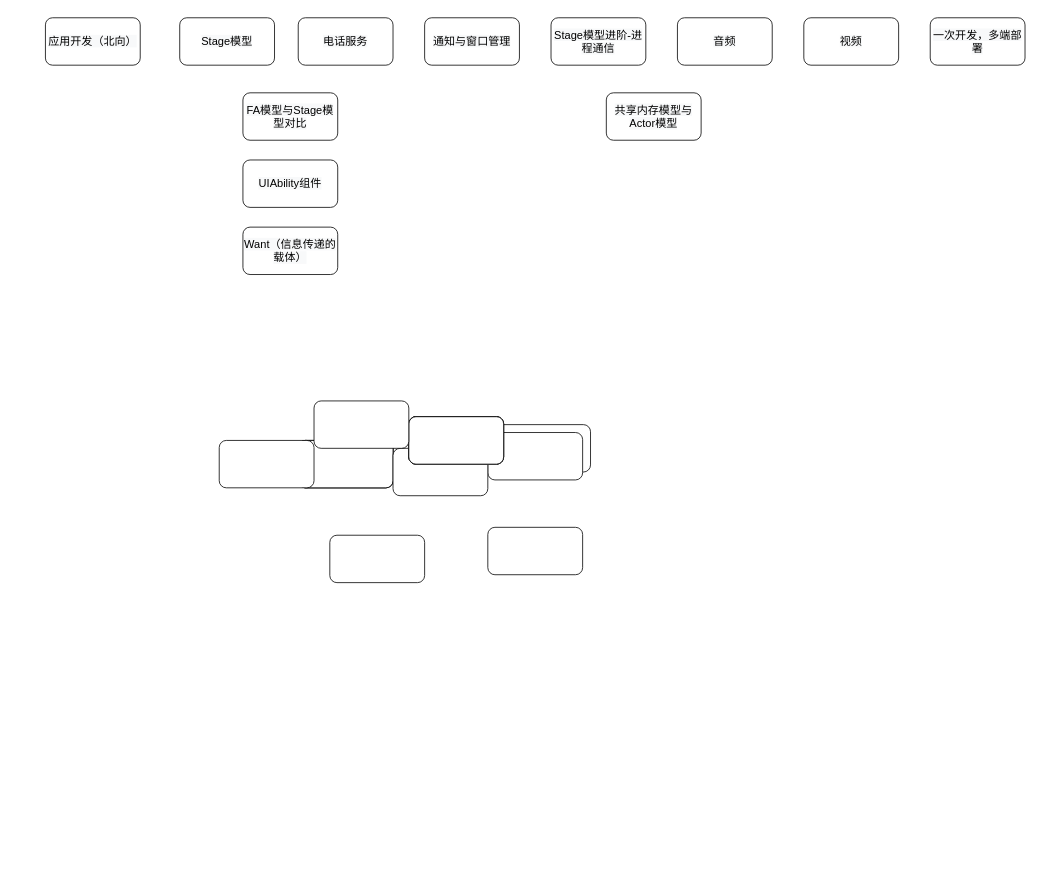
Earlier version of the draw.io diagram 掌握鸿蒙系统开发.drawio (yanhanfrontend/draw.io.workspace). Source tidied: cells renumbered, new cells numbered last; positions are measured from the earlier drawing's top-left corner, leaving out a move shared by most shapes. Both pictures are drawn from the tidied source at 79%, with x=0, y=0 at pixel (45, 13).
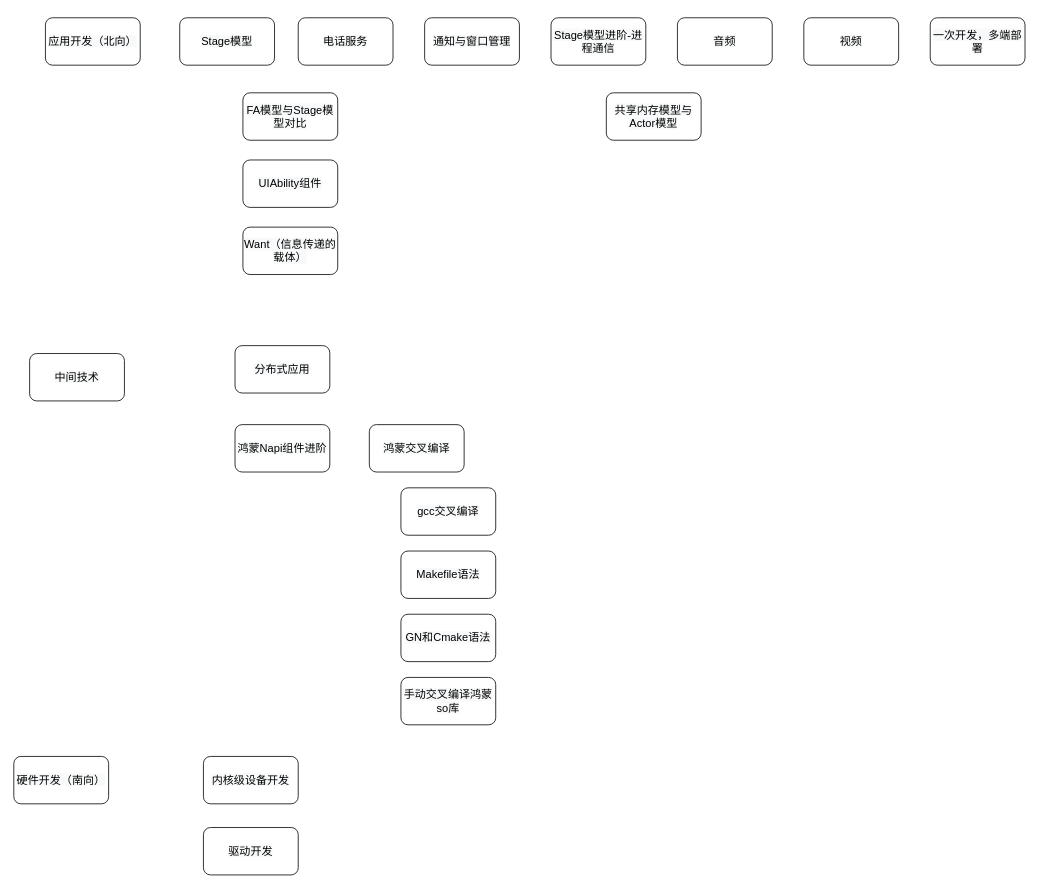
After the change.

Commit message (it also covers changes not shown here):
更新掌握鸿蒙系统开发.drawio

Diff of the diagram source:
```diff
@@
-    <mxCell id="7" style="rounded=1;whiteSpace=wrap;html=1;" parent="1" vertex="1">
-      <mxGeometry x="320" y="540" width="120" height="60" as="geometry" />
+    <mxCell id="7" value="&lt;span style=&quot;font-family: 默认字体; font-size: 14px; background-color: rgb(248, 249, 250);&quot;&gt;gcc交叉编译&lt;/span&gt;" style="rounded=1;whiteSpace=wrap;html=1;" parent="1" vertex="1">
+      <mxGeometry x="450" y="600" width="120" height="60" as="geometry" />
     </mxCell>
-    <mxCell id="8" style="rounded=1;whiteSpace=wrap;html=1;" parent="1" vertex="1">
-      <mxGeometry x="320" y="540" width="120" height="60" as="geometry" />
+    <mxCell id="8" value="&lt;span style=&quot;font-family: 默认字体; font-size: 14px; background-color: rgb(248, 249, 250);&quot;&gt;鸿蒙交叉编译&lt;/span&gt;" style="rounded=1;whiteSpace=wrap;html=1;" parent="1" vertex="1">
+      <mxGeometry x="410" y="520" width="120" height="60" as="geometry" />
     </mxCell>
-    <mxCell id="9" style="rounded=1;whiteSpace=wrap;html=1;" parent="1" vertex="1">
-      <mxGeometry x="320" y="540" width="120" height="60" as="geometry" />
+    <mxCell id="9" value="&lt;span style=&quot;font-family: 默认字体; font-size: 14px; background-color: rgb(248, 249, 250);&quot;&gt;鸿蒙Napi组件进阶&lt;/span&gt;" style="rounded=1;whiteSpace=wrap;html=1;" parent="1" vertex="1">
+      <mxGeometry x="240" y="520" width="120" height="60" as="geometry" />
     </mxCell>
-    <mxCell id="10" style="rounded=1;whiteSpace=wrap;html=1;" parent="1" vertex="1">
-      <mxGeometry x="570" y="520" width="120" height="60" as="geometry" />
-    </mxCell>
-    <mxCell id="11" style="rounded=1;whiteSpace=wrap;html=1;" parent="1" vertex="1">
-      <mxGeometry x="560" y="530" width="120" height="60" as="geometry" />
-    </mxCell>
@@
-    <mxCell id="15" style="rounded=1;whiteSpace=wrap;html=1;" parent="1" vertex="1">
-      <mxGeometry x="440" y="550" width="120" height="60" as="geometry" />
+    <mxCell id="15" value="&lt;span style=&quot;font-family: 默认字体; font-size: 14px; background-color: rgb(248, 249, 250);&quot;&gt;手动交叉编译鸿蒙so库&lt;/span&gt;" style="rounded=1;whiteSpace=wrap;html=1;" parent="1" vertex="1">
+      <mxGeometry x="450" y="840" width="120" height="60" as="geometry" />
     </mxCell>
-    <mxCell id="16" style="rounded=1;whiteSpace=wrap;html=1;" parent="1" vertex="1">
-      <mxGeometry x="460" y="510" width="120" height="60" as="geometry" />
+    <mxCell id="16" value="&lt;span style=&quot;font-family: 默认字体; font-size: 14px; background-color: rgb(248, 249, 250);&quot;&gt;驱动开发&lt;/span&gt;" style="rounded=1;whiteSpace=wrap;html=1;" parent="1" vertex="1">
+      <mxGeometry x="200" y="1030" width="120" height="60" as="geometry" />
     </mxCell>
-    <mxCell id="17" style="rounded=1;whiteSpace=wrap;html=1;" parent="1" vertex="1">
-      <mxGeometry x="460" y="510" width="120" height="60" as="geometry" />
+    <mxCell id="17" value="&lt;span style=&quot;font-family: 默认字体; font-size: 14px; background-color: rgb(248, 249, 250);&quot;&gt;内核级设备开发&lt;/span&gt;" style="rounded=1;whiteSpace=wrap;html=1;" parent="1" vertex="1">
+      <mxGeometry x="200" y="940" width="120" height="60" as="geometry" />
     </mxCell>
-    <mxCell id="18" style="rounded=1;whiteSpace=wrap;html=1;" parent="1" vertex="1">
-      <mxGeometry x="460" y="510" width="120" height="60" as="geometry" />
+    <mxCell id="18" value="&lt;span style=&quot;font-family: 默认字体; font-size: 14px; background-color: rgb(248, 249, 250);&quot;&gt;硬件开发（南向）&lt;/span&gt;" style="rounded=1;whiteSpace=wrap;html=1;" parent="1" vertex="1">
+      <mxGeometry x="-40" y="940" width="120" height="60" as="geometry" />
     </mxCell>
-    <mxCell id="19" style="rounded=1;whiteSpace=wrap;html=1;" parent="1" vertex="1">
-      <mxGeometry x="460" y="510" width="120" height="60" as="geometry" />
+    <mxCell id="19" value="&lt;span style=&quot;font-family: 默认字体; font-size: 14px; background-color: rgb(248, 249, 250);&quot;&gt;GN和Cmake语法&lt;/span&gt;" style="rounded=1;whiteSpace=wrap;html=1;" parent="1" vertex="1">
+      <mxGeometry x="450" y="760" width="120" height="60" as="geometry" />
     </mxCell>
@@
-    <mxCell id="21" style="rounded=1;whiteSpace=wrap;html=1;" parent="1" vertex="1">
-      <mxGeometry x="340" y="490" width="120" height="60" as="geometry" />
+    <mxCell id="21" value="&lt;span style=&quot;font-family: 默认字体; font-size: 14px; background-color: rgb(248, 249, 250);&quot;&gt;分布式应用&lt;/span&gt;" style="rounded=1;whiteSpace=wrap;html=1;" parent="1" vertex="1">
+      <mxGeometry x="240" y="420" width="120" height="60" as="geometry" />
     </mxCell>
@@
-    <mxCell id="25" style="rounded=1;whiteSpace=wrap;html=1;" parent="1" vertex="1">
-      <mxGeometry x="360" y="660" width="120" height="60" as="geometry" />
+    <mxCell id="25" value="&lt;span style=&quot;font-family: 默认字体; font-size: 14px; background-color: rgb(248, 249, 250);&quot;&gt;Makefile语法&lt;/span&gt;" style="rounded=1;whiteSpace=wrap;html=1;" parent="1" vertex="1">
+      <mxGeometry x="450" y="680" width="120" height="60" as="geometry" />
     </mxCell>
-    <mxCell id="26" style="rounded=1;whiteSpace=wrap;html=1;" parent="1" vertex="1">
-      <mxGeometry x="220" y="540" width="120" height="60" as="geometry" />
+    <mxCell id="26" value="&lt;span style=&quot;font-family: 默认字体; font-size: 14px; background-color: rgb(248, 249, 250);&quot;&gt;中间技术&lt;/span&gt;" style="rounded=1;whiteSpace=wrap;html=1;" parent="1" vertex="1">
+      <mxGeometry x="-20" y="430" width="120" height="60" as="geometry" />
     </mxCell>
@@
-    <mxCell id="28" style="rounded=1;whiteSpace=wrap;html=1;" parent="1" vertex="1">
-      <mxGeometry x="560" y="650" width="120" height="60" as="geometry" />
-    </mxCell>
```
